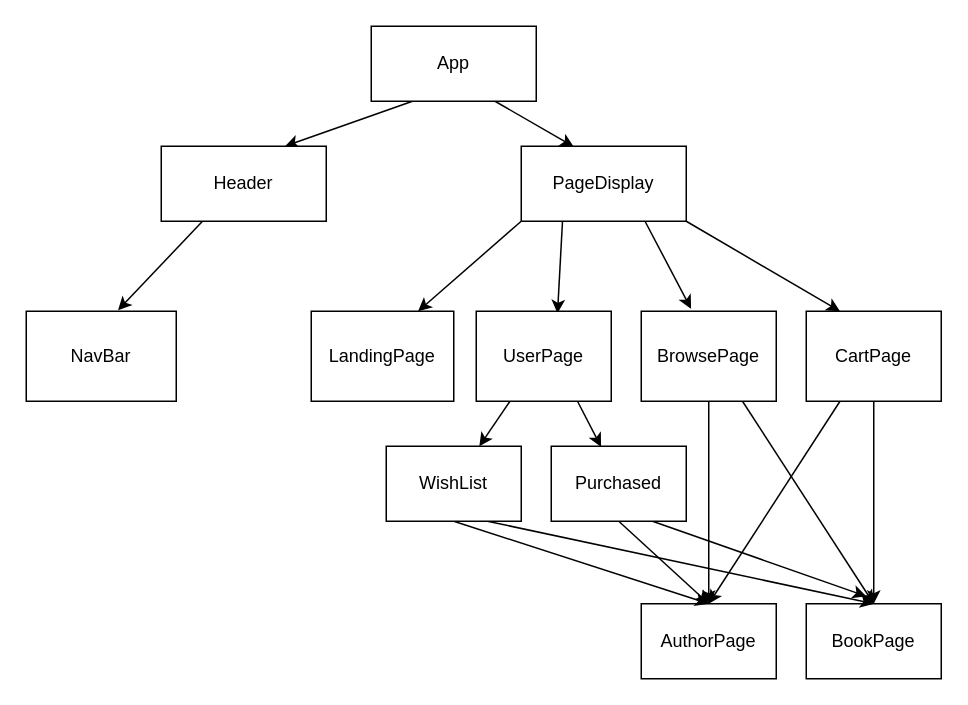
Before: hierarchy.drawio in murphy-mi/hoppers-books, a draw.io diagram. Source tidied: cells renumbered, new cells numbered last; positions are measured from the earlier drawing's top-left corner, leaving out a move shared by most shapes. Both pictures are drawn from the tidied source at 150%, with x=0, y=0 at pixel (26, 26).
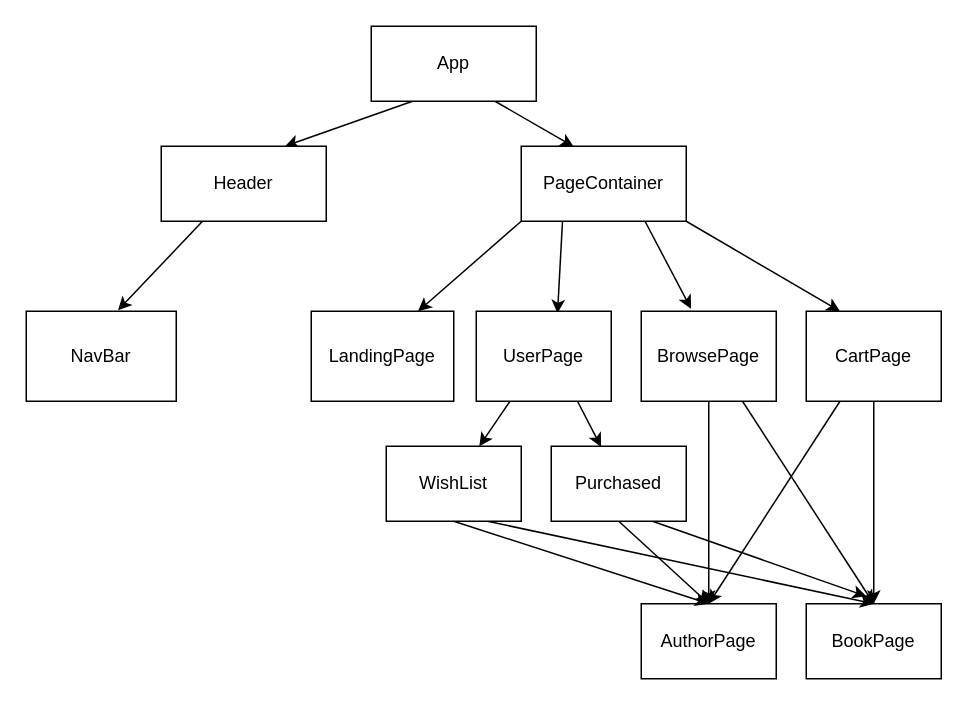
After the change.

Diff of the diagram source:
```diff
@@
-    <mxCell id="12" value="PageDisplay" style="whiteSpace=wrap;html=1;" parent="1" vertex="1">
+    <mxCell id="12" value="PageContainer" style="whiteSpace=wrap;html=1;" parent="1" vertex="1">
       <mxGeometry x="330" y="80" width="110" height="50" as="geometry" />
     </mxCell>
```
